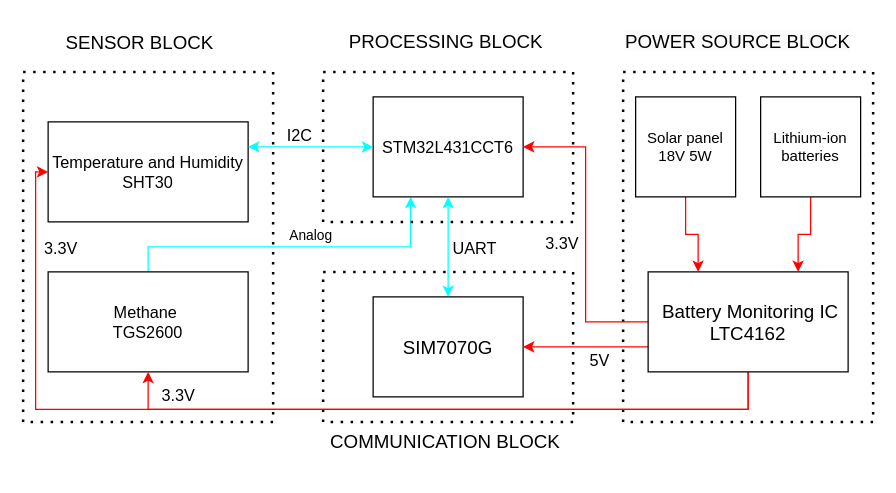
Above: Project_overall.drawio in K2ayzz/ForDrawIO (draw.io), before the change. Source tidied: cells renumbered, new cells numbered last; positions are measured from the earlier drawing's top-left corner, leaving out a move shared by most shapes. Both pictures are drawn from the tidied source at 125%, with x=0, y=0 at pixel (22, 21).
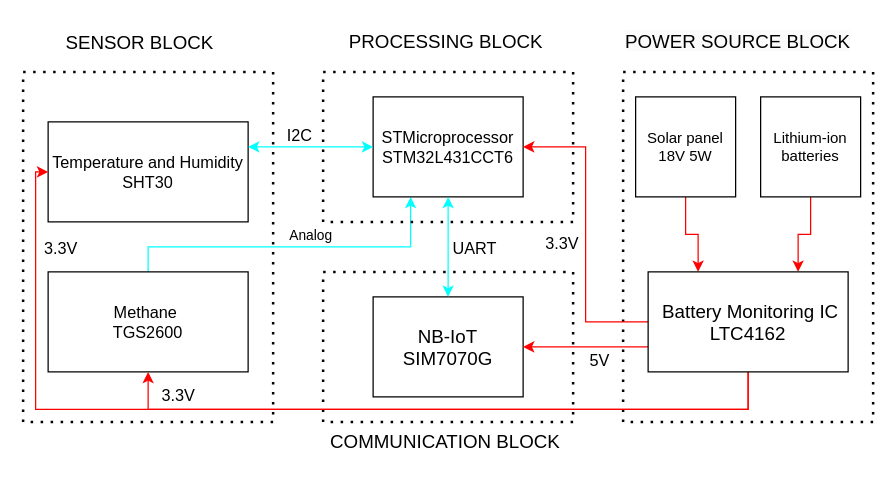
Above is the later version.

Commit message:
Cập nhật Project_overall.drawio

The edit, as a diff of the source:
```diff
@@
-    <mxCell id="7" value="&lt;font style=&quot;font-size: 13px;&quot;&gt;STM32L431CCT6&lt;/font&gt;" style="whiteSpace=wrap;html=1;rounded=0;fontSize=11;" parent="1" vertex="1">
+    <mxCell id="7" value="&lt;font style=&quot;font-size: 13px;&quot;&gt;STMicroprocessor&lt;/font&gt;&lt;div&gt;&lt;font style=&quot;font-size: 13px;&quot;&gt;STM32L431CCT6&lt;/font&gt;&lt;/div&gt;" style="whiteSpace=wrap;html=1;rounded=0;fontSize=11;" parent="1" vertex="1">
       <mxGeometry x="280" y="60" width="120" height="80" as="geometry" />
     </mxCell>
-    <mxCell id="8" value="&lt;span style=&quot;font-size: 15px;&quot;&gt;SIM7070G&lt;/span&gt;" style="whiteSpace=wrap;html=1;rounded=0;" parent="1" vertex="1">
+    <mxCell id="8" value="&lt;span style=&quot;font-size: 15px;&quot;&gt;NB-IoT&lt;/span&gt;&lt;div&gt;&lt;span style=&quot;font-size: 15px;&quot;&gt;SIM7070G&lt;/span&gt;&lt;/div&gt;" style="whiteSpace=wrap;html=1;rounded=0;" parent="1" vertex="1">
       <mxGeometry x="280" y="220" width="120" height="80" as="geometry" />
     </mxCell>
```
